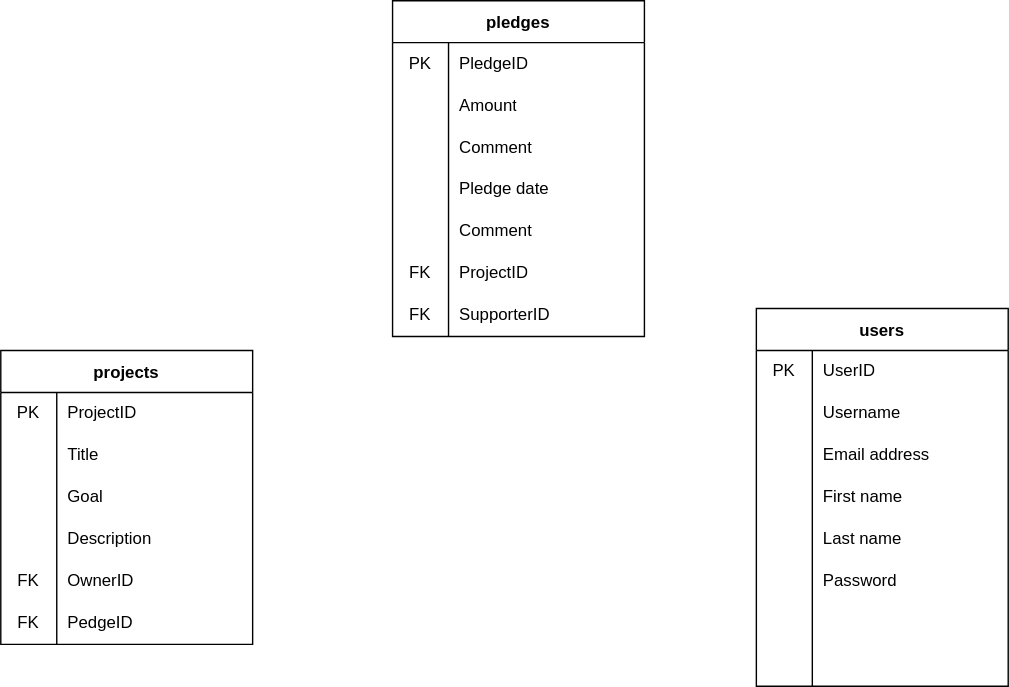
Earlier version of the draw.io export dbschema.drawio.svg (shayzimm/crowdfunding_back_end). Source tidied: cells renumbered, new cells last; positions are measured from the earlier drawing's top-left corner, leaving out a move shared by most shapes.
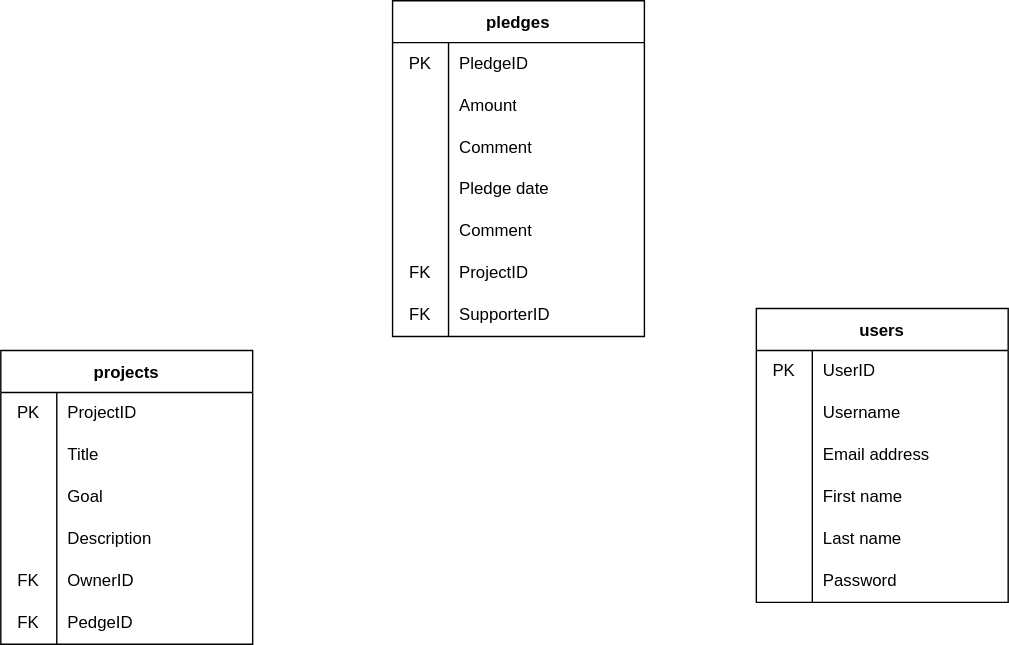
The same diagram one commit later.

What changed in the source:
```diff
@@ -60,7 +60,7 @@
       <mxGeometry x="40" width="140" height="30" as="geometry" />
     </mxCell>
     <mxCell id="21" value="users" style="shape=table;startSize=30;rowLines=0;fontStyle=1;" parent="1" vertex="1">
-      <mxGeometry x="540" y="220" width="180" height="270" as="geometry" />
+      <mxGeometry x="540" y="220" width="180" height="210" as="geometry" />
     </mxCell>
     <mxCell id="22" style="shape=tableRow;horizontal=0;startSize=0;swimlaneHead=0;swimlaneBody=0;top=0;left=0;bottom=0;right=0;fillColor=none;" parent="21" vertex="1">
       <mxGeometry y="30" width="180" height="30" as="geometry" />
@@ -116,24 +116,6 @@
     <mxCell id="39" value="Password" style="shape=partialRectangle;html=1;whiteSpace=wrap;fillColor=none;top=0;left=0;bottom=0;right=0;align=left;spacingLeft=6;overflow=hidden;" parent="37" vertex="1">
       <mxGeometry x="40" width="140" height="30" as="geometry" />
     </mxCell>
-    <mxCell id="40" style="shape=tableRow;horizontal=0;startSize=0;swimlaneHead=0;swimlaneBody=0;top=0;left=0;bottom=0;right=0;fillColor=none;" parent="21" vertex="1">
-      <mxGeometry y="210" width="180" height="30" as="geometry" />
-    </mxCell>
-    <mxCell id="41" style="shape=partialRectangle;html=1;whiteSpace=wrap;fillColor=none;top=0;left=0;bottom=0;right=0;overflow=hidden;" parent="40" vertex="1">
-      <mxGeometry width="40" height="30" as="geometry" />
-    </mxCell>
-    <mxCell id="42" style="shape=partialRectangle;html=1;whiteSpace=wrap;fillColor=none;top=0;left=0;bottom=0;right=0;align=left;spacingLeft=6;overflow=hidden;" parent="40" vertex="1">
-      <mxGeometry x="40" width="140" height="30" as="geometry" />
-    </mxCell>
-    <mxCell id="43" style="shape=tableRow;horizontal=0;startSize=0;swimlaneHead=0;swimlaneBody=0;top=0;left=0;bottom=0;right=0;fillColor=none;" parent="21" vertex="1">
-      <mxGeometry y="240" width="180" height="30" as="geometry" />
-    </mxCell>
-    <mxCell id="44" style="shape=partialRectangle;html=1;whiteSpace=wrap;fillColor=none;top=0;left=0;bottom=0;right=0;overflow=hidden;" parent="43" vertex="1">
-      <mxGeometry width="40" height="30" as="geometry" />
-    </mxCell>
-    <mxCell id="45" style="shape=partialRectangle;html=1;whiteSpace=wrap;fillColor=none;top=0;left=0;bottom=0;right=0;align=left;spacingLeft=6;overflow=hidden;" parent="43" vertex="1">
-      <mxGeometry x="40" width="140" height="30" as="geometry" />
-    </mxCell>
     <mxCell id="46" value="pledges" style="shape=table;startSize=30;rowLines=0;fontStyle=1;" parent="1" vertex="1">
       <mxGeometry x="280" width="180" height="240" as="geometry" />
     </mxCell>
```
